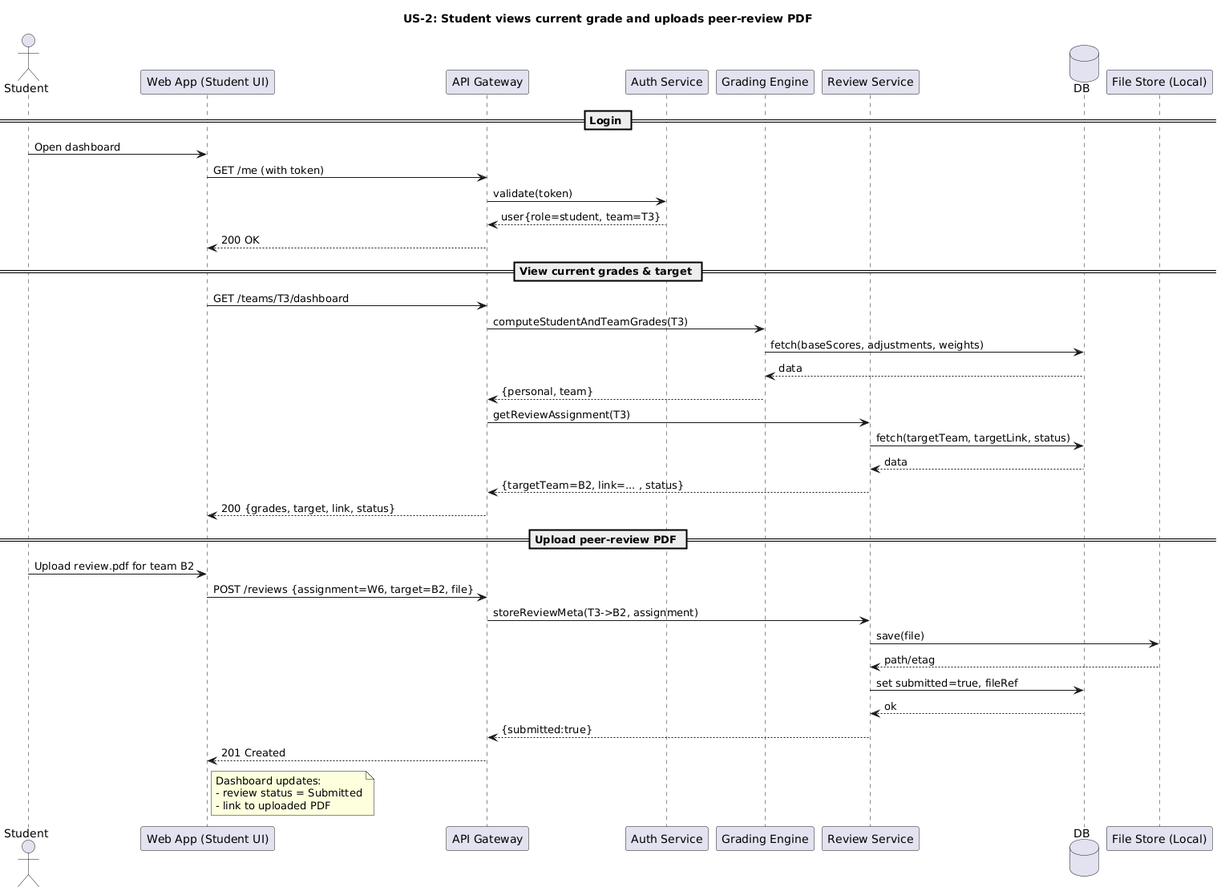
OOO-A2/IT-Product-Development-course keeps this PlantUML diagram as docs/architecture/assets/sequence_2_diagram.png. Above is the earlier version. Its diagram source:
```plantuml
@startuml
title US-2: Student views current grade and uploads peer-review PDF

actor "Student" as Stu
participant "Web App (Student UI)" as UI
participant "API Gateway" as API
participant "Auth Service" as Auth
participant "Grading Engine" as Grade
participant "Review Service" as Review
database "DB" as DB
participant "File Store (Local)" as FS

== Login ==
Stu -> UI : Open dashboard
UI -> API : GET /me (with token)
API -> Auth : validate(token)
Auth --> API : user{role=student, team=T3}
API --> UI : 200 OK

== View current grades & target ==
UI -> API : GET /teams/T3/dashboard
API -> Grade : computeStudentAndTeamGrades(T3)
Grade -> DB : fetch(baseScores, adjustments, weights)
DB --> Grade : data
Grade --> API : {personal, team}
API -> Review : getReviewAssignment(T3)
Review -> DB : fetch(targetTeam, targetLink, status)
DB --> Review : data
Review --> API : {targetTeam=B2, link=... , status}
API --> UI : 200 {grades, target, link, status}

== Upload peer-review PDF ==
Stu -> UI : Upload review.pdf for team B2
UI -> API : POST /reviews {assignment=W6, target=B2, file}
API -> Review : storeReviewMeta(T3->B2, assignment)
Review -> FS : save(file)
FS --> Review : path/etag
Review -> DB : set submitted=true, fileRef
DB --> Review : ok
Review --> API : {submitted:true}
API --> UI : 201 Created

note right of UI
Dashboard updates:
- review status = Submitted
- link to uploaded PDF
end note
@enduml
```
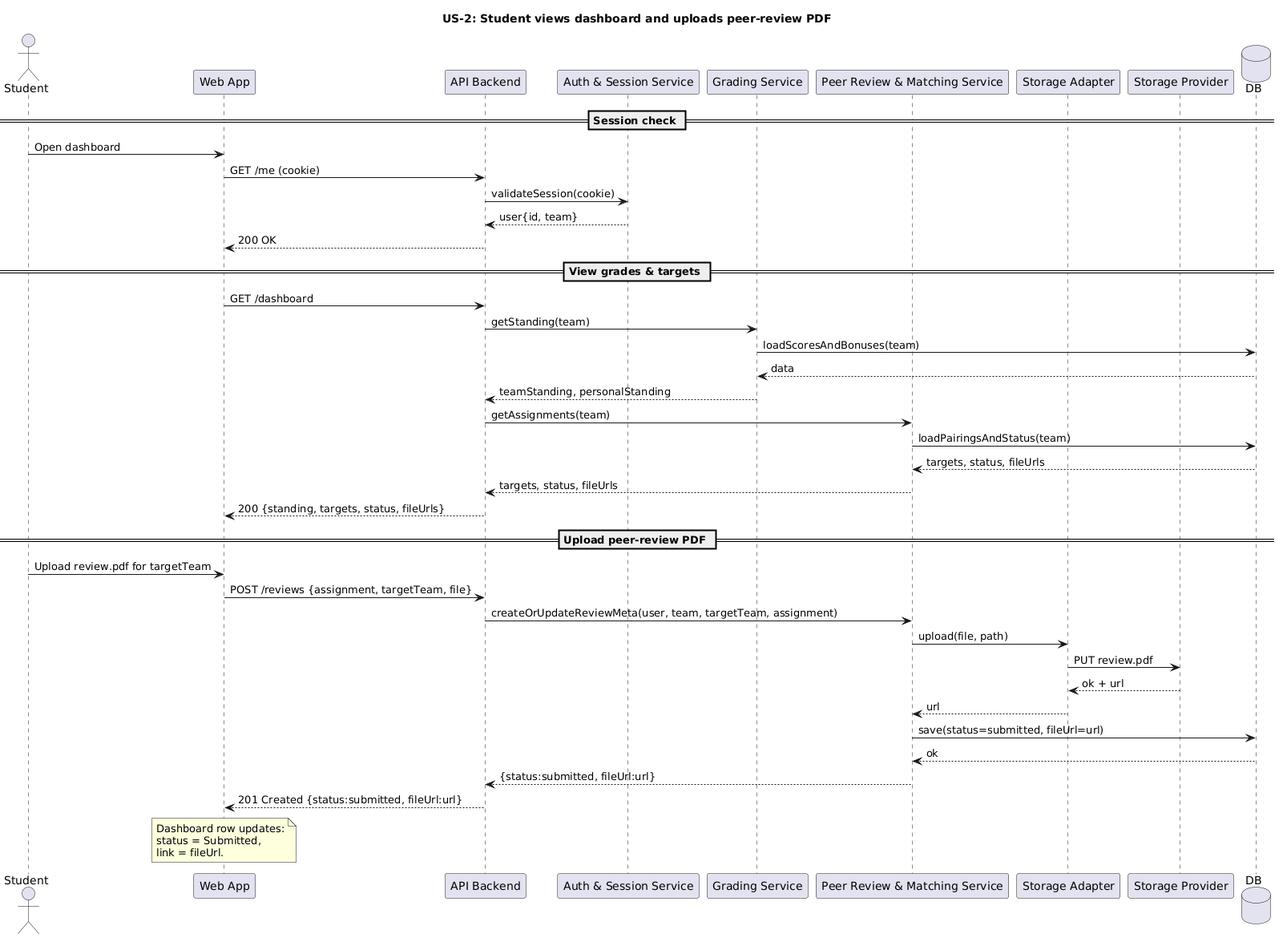
After the change.

The edit, as a diff of the source:
```diff
@@ -1,48 +1,51 @@
 @startuml
-title US-2: Student views current grade and uploads peer-review PDF
+title US-2: Student views dashboard and uploads peer-review PDF
 
 actor "Student" as Stu
-participant "Web App (Student UI)" as UI
-participant "API Gateway" as API
-participant "Auth Service" as Auth
-participant "Grading Engine" as Grade
-participant "Review Service" as Review
+participant "Web App" as UI
+participant "API Backend" as API
+participant "Auth & Session Service" as Auth
+participant "Grading Service" as Grade
+participant "Peer Review & Matching Service" as Review
+participant "Storage Adapter" as SA
+participant "Storage Provider" as Storage
 database "DB" as DB
-participant "File Store (Local)" as FS
 
-== Login ==
+== Session check ==
 Stu -> UI : Open dashboard
-UI -> API : GET /me (with token)
-API -> Auth : validate(token)
-Auth --> API : user{role=student, team=T3}
+UI -> API : GET /me (cookie)
+API -> Auth : validateSession(cookie)
+Auth --> API : user{id, team}
 API --> UI : 200 OK
 
-== View current grades & target ==
-UI -> API : GET /teams/T3/dashboard
-API -> Grade : computeStudentAndTeamGrades(T3)
-Grade -> DB : fetch(baseScores, adjustments, weights)
+== View grades & targets ==
+UI -> API : GET /dashboard
+API -> Grade : getStanding(team)
+Grade -> DB : loadScoresAndBonuses(team)
 DB --> Grade : data
-Grade --> API : {personal, team}
-API -> Review : getReviewAssignment(T3)
-Review -> DB : fetch(targetTeam, targetLink, status)
-DB --> Review : data
-Review --> API : {targetTeam=B2, link=... , status}
-API --> UI : 200 {grades, target, link, status}
+Grade --> API : teamStanding, personalStanding
+API -> Review : getAssignments(team)
+Review -> DB : loadPairingsAndStatus(team)
+DB --> Review : targets, status, fileUrls
+Review --> API : targets, status, fileUrls
+API --> UI : 200 {standing, targets, status, fileUrls}
 
 == Upload peer-review PDF ==
-Stu -> UI : Upload review.pdf for team B2
-UI -> API : POST /reviews {assignment=W6, target=B2, file}
-API -> Review : storeReviewMeta(T3->B2, assignment)
-Review -> FS : save(file)
-FS --> Review : path/etag
-Review -> DB : set submitted=true, fileRef
+Stu -> UI : Upload review.pdf for targetTeam
+UI -> API : POST /reviews {assignment, targetTeam, file}
+API -> Review : createOrUpdateReviewMeta(user, team, targetTeam, assignment)
+Review -> SA : upload(file, path)
+SA -> Storage : PUT review.pdf
+Storage --> SA : ok + url
+SA --> Review : url
+Review -> DB : save(status=submitted, fileUrl=url)
 DB --> Review : ok
-Review --> API : {submitted:true}
-API --> UI : 201 Created
+Review --> API : {status:submitted, fileUrl:url}
+API --> UI : 201 Created {status:submitted, fileUrl:url}
 
-note right of UI
-Dashboard updates:
-- review status = Submitted
-- link to uploaded PDF
+note over UI
+Dashboard row updates:
+status = Submitted,
+link = fileUrl.
 end note
 @enduml
```
